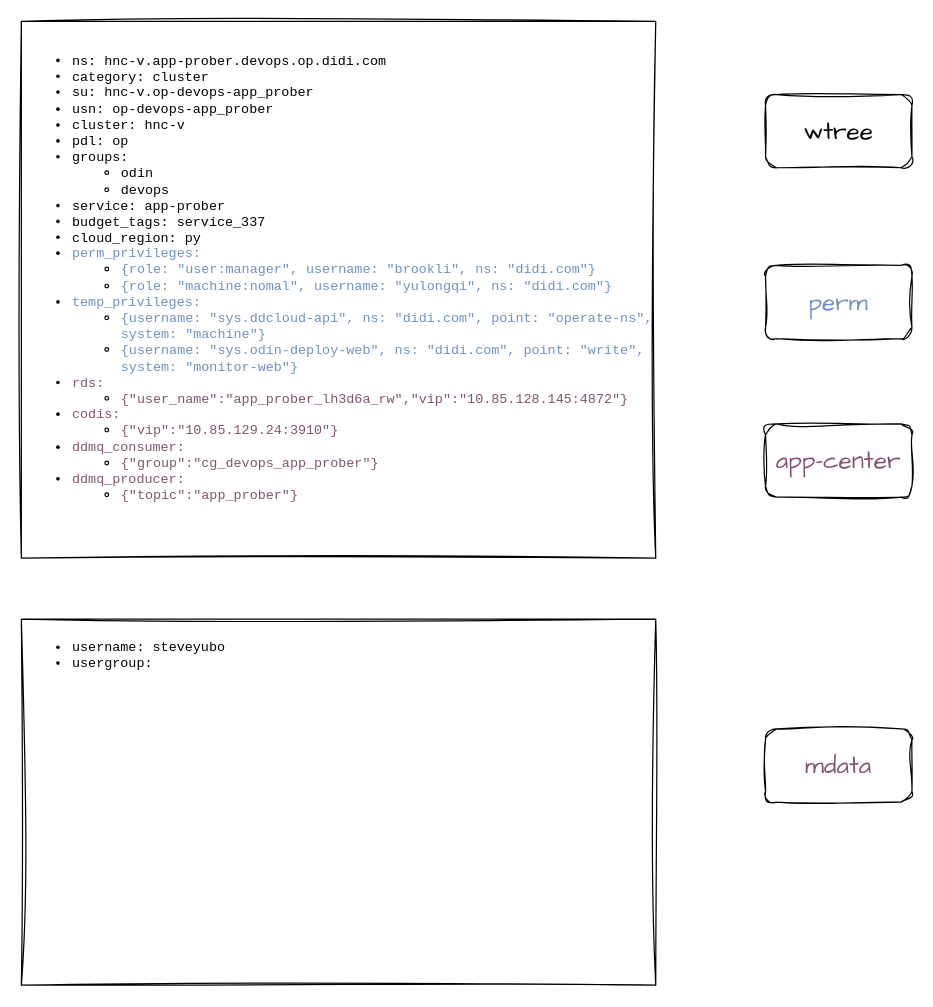
The draw.io diagram page "第 2 页" (2 of 3) of wtree.drawio in yubo/draw, before the edit. Source tidied: cells renumbered, new cells numbered last; positions are measured from the earlier drawing's top-left corner, leaving out a move shared by most shapes. Both pictures are drawn from the tidied source at 122%, with x=0, y=0 at pixel (21, 21).
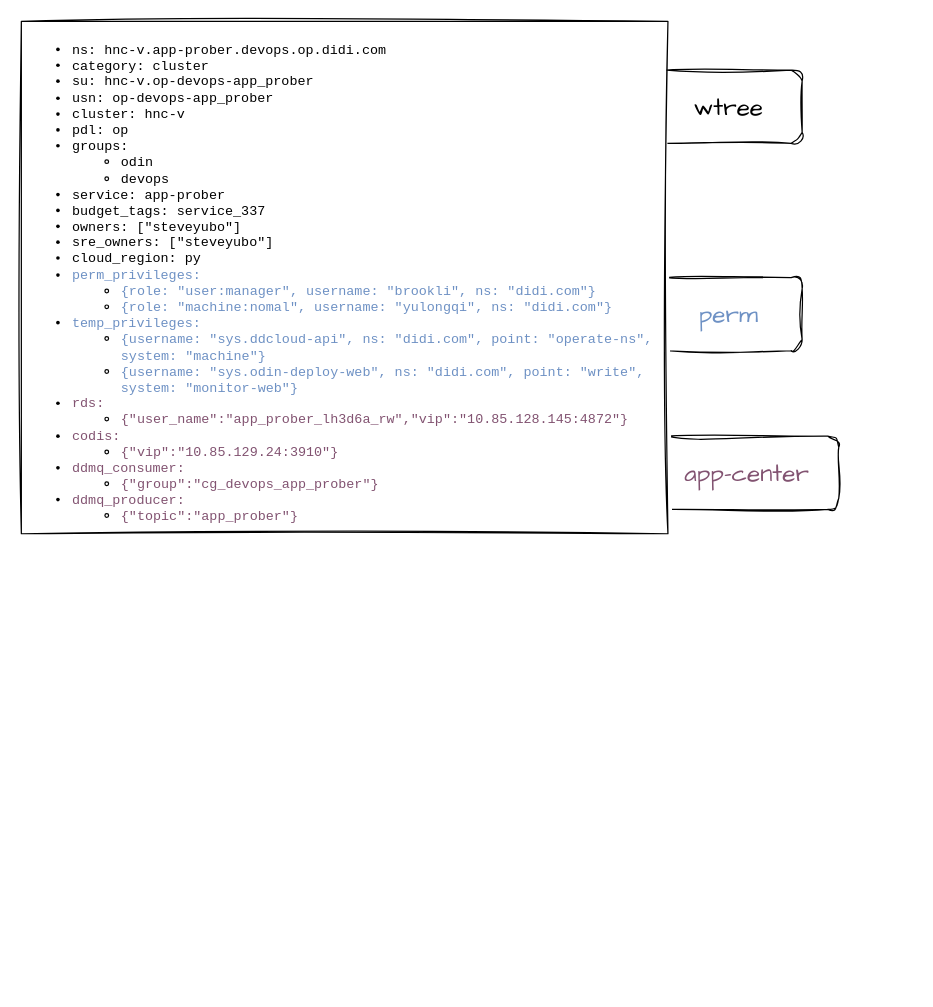
The same diagram, later.

Diff of the diagram source:
```diff
@@
 <mxGraphModel>
   <root>
     <mxCell id="0" />
     <mxCell id="1" parent="0" />
-    <mxCell id="2" value="&lt;p style=&quot;line-height: 100%; font-size: 11px;&quot;&gt;&lt;/p&gt;&lt;font style=&quot;background-color: initial;&quot; face=&quot;Courier New&quot;&gt;&lt;ul style=&quot;&quot;&gt;&lt;li style=&quot;font-size: 11px;&quot;&gt;&lt;font style=&quot;background-color: initial; font-size: 11px;&quot; face=&quot;Courier New&quot;&gt;&lt;font style=&quot;background-color: initial;&quot;&gt;ns:&amp;nbsp;&lt;/font&gt;&lt;/font&gt;&lt;span style=&quot;background-color: initial;&quot;&gt;hnc-v.app-prober.devops.op.didi.com&lt;/span&gt;&lt;/li&gt;&lt;li style=&quot;border-color: var(--border-color); font-size: 11px;&quot;&gt;category: cluster&lt;/li&gt;&lt;li style=&quot;font-size: 11px;&quot;&gt;&lt;font style=&quot;font-size: 11px; background-color: initial;&quot; face=&quot;Courier New&quot;&gt;&lt;font style=&quot;background-color: initial;&quot;&gt;&lt;span style=&quot;background-color: initial;&quot;&gt;su:&amp;nbsp;&lt;/span&gt;&lt;/font&gt;&lt;/font&gt;&lt;span style=&quot;font-size: 11px; background-color: initial;&quot;&gt;hnc-v.op-devops-app_prober&lt;/span&gt;&lt;/li&gt;&lt;li style=&quot;font-size: 11px;&quot;&gt;&lt;font style=&quot;font-size: 11px; background-color: initial;&quot; face=&quot;Courier New&quot;&gt;usn:&amp;nbsp;&lt;/font&gt;&lt;span style=&quot;font-size: 11px; background-color: initial;&quot;&gt;op-devops-app_prober&lt;/span&gt;&lt;/li&gt;&lt;li style=&quot;font-size: 11px;&quot;&gt;&lt;span style=&quot;font-size: 11px; background-color: initial;&quot;&gt;&lt;font face=&quot;Courier New&quot;&gt;cluster:&amp;nbsp;&lt;/font&gt;&lt;/span&gt;&lt;span style=&quot;font-size: 11px; background-color: initial;&quot;&gt;hnc-v&lt;/span&gt;&lt;/li&gt;&lt;li style=&quot;font-size: 11px;&quot;&gt;&lt;span style=&quot;font-size: 11px; font-family: &amp;quot;Courier New&amp;quot;; background-color: initial;&quot;&gt;pdl: op&lt;/span&gt;&lt;/li&gt;&lt;li style=&quot;font-size: 11px;&quot;&gt;&lt;span style=&quot;font-size: 11px; font-family: &amp;quot;Courier New&amp;quot;; background-color: initial;&quot;&gt;groups:&amp;nbsp;&lt;/span&gt;&lt;/li&gt;&lt;ul&gt;&lt;li style=&quot;font-size: 11px;&quot;&gt;&lt;span style=&quot;font-size: 11px; background-color: initial;&quot;&gt;odin&lt;/span&gt;&lt;/li&gt;&lt;li style=&quot;font-size: 11px;&quot;&gt;&lt;span style=&quot;font-size: 11px; background-color: initial;&quot;&gt;devops&lt;/span&gt;&lt;/li&gt;&lt;/ul&gt;&lt;li style=&quot;font-size: 11px;&quot;&gt;&lt;span style=&quot;font-size: 11px; font-family: &amp;quot;Courier New&amp;quot;; background-color: initial;&quot;&gt;service: app-prober&lt;/span&gt;&lt;/li&gt;&lt;li style=&quot;font-size: 11px;&quot;&gt;&lt;font style=&quot;font-size: 11px; background-color: initial;&quot; face=&quot;Courier New&quot;&gt;budget_tags:&amp;nbsp;&lt;/font&gt;&lt;span style=&quot;font-size: 11px; background-color: initial;&quot;&gt;service_337&lt;/span&gt;&lt;/li&gt;&lt;li style=&quot;font-size: 11px;&quot;&gt;&lt;span style=&quot;font-size: 11px; font-family: &amp;quot;Courier New&amp;quot;; background-color: initial;&quot;&gt;cloud_region: py&lt;/span&gt;&lt;/li&gt;&lt;li style=&quot;font-size: 11px;&quot;&gt;&lt;font color=&quot;#6e91c4&quot;&gt;perm_privileges:&lt;/font&gt;&lt;/li&gt;&lt;ul&gt;&lt;li style=&quot;font-size: 11px;&quot;&gt;&lt;font color=&quot;#6e91c4&quot;&gt;{role: &quot;user:manager&quot;, username: &quot;brookli&quot;, ns: &quot;didi.com&quot;}&lt;br&gt;&lt;/font&gt;&lt;/li&gt;&lt;li style=&quot;font-size: 11px;&quot;&gt;&lt;font color=&quot;#6e91c4&quot;&gt;{role: &quot;machine:nomal&quot;, username: &quot;yulongqi&quot;, ns: &quot;didi.com&quot;}&lt;br&gt;&lt;/font&gt;&lt;/li&gt;&lt;/ul&gt;&lt;li style=&quot;font-size: 11px;&quot;&gt;&lt;font color=&quot;#6e91c4&quot;&gt;temp_privileges:&lt;br&gt;&lt;/font&gt;&lt;/li&gt;&lt;ul&gt;&lt;li style=&quot;font-size: 11px;&quot;&gt;&lt;font color=&quot;#6e91c4&quot;&gt;{username: &quot;sys.ddcloud-api&quot;, ns: &quot;didi.com&quot;, point: &quot;operate-ns&quot;, system: &quot;machine&quot;}&lt;br&gt;&lt;/font&gt;&lt;/li&gt;&lt;li style=&quot;font-size: 11px;&quot;&gt;&lt;font color=&quot;#6e91c4&quot;&gt;{username: &quot;sys.odin-deploy-web&quot;, ns: &quot;didi.com&quot;, point: &quot;write&quot;, system: &quot;monitor-web&quot;}&lt;/font&gt;&lt;/li&gt;&lt;/ul&gt;&lt;li style=&quot;font-size: 11px;&quot;&gt;&lt;span style=&quot;font-size: 11px; font-family: &amp;quot;Courier New&amp;quot;; background-color: initial;&quot;&gt;&lt;font color=&quot;#825371&quot;&gt;rds:&lt;/font&gt;&lt;/span&gt;&lt;/li&gt;&lt;ul style=&quot;font-size: 11px;&quot;&gt;&lt;li&gt;&lt;span style=&quot;font-size: 11px; font-family: &amp;quot;Courier New&amp;quot;; background-color: initial;&quot;&gt;&lt;font color=&quot;#825371&quot;&gt;{&quot;user_name&quot;:&quot;app_prober_lh3d6a_rw&quot;,&quot;vip&quot;:&quot;10.85.128.145:4872&quot;}&lt;/font&gt;&lt;/span&gt;&lt;/li&gt;&lt;/ul&gt;&lt;li style=&quot;font-size: 11px;&quot;&gt;&lt;span style=&quot;font-size: 11px; font-family: &amp;quot;Courier New&amp;quot;; background-color: initial;&quot;&gt;&lt;font color=&quot;#825371&quot;&gt;codis:&lt;/font&gt;&lt;/span&gt;&lt;/li&gt;&lt;ul style=&quot;font-size: 11px;&quot;&gt;&lt;li&gt;&lt;span style=&quot;font-size: 11px; font-family: &amp;quot;Courier New&amp;quot;; background-color: initial;&quot;&gt;&lt;font color=&quot;#825371&quot;&gt;{&quot;vip&quot;:&quot;10.85.129.24:3910&quot;}&lt;/font&gt;&lt;/span&gt;&lt;/li&gt;&lt;/ul&gt;&lt;li style=&quot;font-size: 11px;&quot;&gt;&lt;span style=&quot;font-size: 11px; font-family: &amp;quot;Courier New&amp;quot;; background-color: initial;&quot;&gt;&lt;font color=&quot;#825371&quot;&gt;ddmq_consumer:&lt;/font&gt;&lt;/span&gt;&lt;/li&gt;&lt;ul style=&quot;font-size: 11px;&quot;&gt;&lt;li&gt;&lt;span style=&quot;font-size: 11px; font-family: &amp;quot;Courier New&amp;quot;; background-color: initial;&quot;&gt;&lt;font color=&quot;#825371&quot;&gt;{&quot;group&quot;:&quot;cg_devops_app_prober&quot;}&lt;/font&gt;&lt;/span&gt;&lt;/li&gt;&lt;/ul&gt;&lt;li style=&quot;font-size: 11px;&quot;&gt;&lt;span style=&quot;font-size: 11px; font-family: &amp;quot;Courier New&amp;quot;; background-color: initial;&quot;&gt;&lt;font color=&quot;#825371&quot;&gt;ddmq_producer:&lt;/font&gt;&lt;/span&gt;&lt;/li&gt;&lt;ul style=&quot;font-size: 11px;&quot;&gt;&lt;li&gt;&lt;span style=&quot;font-size: 11px; font-family: &amp;quot;Courier New&amp;quot;; background-color: initial;&quot;&gt;&lt;font color=&quot;#825371&quot;&gt;{&quot;topic&quot;:&quot;app_prober&quot;}&lt;/font&gt;&lt;/span&gt;&lt;/li&gt;&lt;/ul&gt;&lt;/ul&gt;&lt;/font&gt;&lt;font face=&quot;Courier New&quot;&gt;&lt;span style=&quot;font-size: 11px;&quot;&gt;&lt;br&gt;&lt;/span&gt;&lt;/font&gt;&lt;p style=&quot;font-size: 11px;&quot;&gt;&lt;/p&gt;&lt;p style=&quot;line-height: 100%; font-size: 11px;&quot;&gt;&lt;font face=&quot;Helvetica&quot; style=&quot;font-size: 11px;&quot;&gt;&lt;br&gt;&lt;/font&gt;&lt;/p&gt;" style="whiteSpace=wrap;html=1;sketch=1;hachureGap=4;jiggle=2;curveFitting=1;fontFamily=Architects Daughter;fontSize=20;align=left;verticalAlign=top;" parent="1" vertex="1">
-      <mxGeometry width="520" height="440" as="geometry" />
-    </mxCell>
-    <mxCell id="3" value="&lt;p style=&quot;line-height: 100%; font-size: 11px;&quot;&gt;&lt;/p&gt;&lt;font style=&quot;background-color: initial; font-size: 11px;&quot; face=&quot;Courier New&quot;&gt;&lt;ul style=&quot;&quot;&gt;&lt;li&gt;&lt;font style=&quot;background-color: initial; font-size: 11px;&quot; face=&quot;Courier New&quot;&gt;&lt;font style=&quot;background-color: initial;&quot;&gt;username:&amp;nbsp;&lt;/font&gt;&lt;/font&gt;&lt;span style=&quot;background-color: initial;&quot;&gt;steveyubo&lt;/span&gt;&lt;/li&gt;&lt;li&gt;&lt;font style=&quot;font-size: 11px; background-color: initial;&quot; face=&quot;Courier New&quot;&gt;&lt;font style=&quot;background-color: initial;&quot;&gt;&lt;span style=&quot;background-color: initial;&quot;&gt;usergroup:&amp;nbsp;&lt;/span&gt;&lt;/font&gt;&lt;/font&gt;&lt;/li&gt;&lt;/ul&gt;&lt;/font&gt;&lt;font face=&quot;Courier New&quot;&gt;&lt;span style=&quot;font-size: 11px;&quot;&gt;&lt;br&gt;&lt;/span&gt;&lt;/font&gt;&lt;p style=&quot;font-size: 11px;&quot;&gt;&lt;/p&gt;&lt;p style=&quot;line-height: 100%; font-size: 11px;&quot;&gt;&lt;font face=&quot;Helvetica&quot; style=&quot;font-size: 11px;&quot;&gt;&lt;br&gt;&lt;/font&gt;&lt;/p&gt;" style="whiteSpace=wrap;html=1;sketch=1;hachureGap=4;jiggle=2;curveFitting=1;fontFamily=Architects Daughter;fontSize=20;align=left;verticalAlign=top;" parent="1" vertex="1">
-      <mxGeometry y="490" width="520" height="300" as="geometry" />
-    </mxCell>
-    <mxCell id="4" value="&lt;font face=&quot;Comic Sans MS&quot;&gt;wtree&lt;/font&gt;" style="rounded=1;whiteSpace=wrap;html=1;sketch=1;hachureGap=4;jiggle=2;curveFitting=1;fontFamily=Architects Daughter;fontSize=20;" parent="1" vertex="1">
-      <mxGeometry x="610" y="60" width="120" height="60" as="geometry" />
+    <mxCell id="4" value="&lt;font face=&quot;Comic Sans MS&quot;&gt;wtree&lt;/font&gt;" style="rounded=1;whiteSpace=wrap;html=1;sketch=1;hachureGap=4;jiggle=2;curveFitting=1;fontFamily=Architects Daughter;fontSize=20;align=center;" parent="1" vertex="1">
+      <mxGeometry x="520" y="40" width="120" height="60" as="geometry" />
     </mxCell>
-    <mxCell id="5" value="&lt;font color=&quot;#6e91c4&quot; face=&quot;Comic Sans MS&quot;&gt;perm&lt;/font&gt;" style="rounded=1;whiteSpace=wrap;html=1;sketch=1;hachureGap=4;jiggle=2;curveFitting=1;fontFamily=Architects Daughter;fontSize=20;" parent="1" vertex="1">
-      <mxGeometry x="610" y="200" width="120" height="60" as="geometry" />
+    <mxCell id="5" value="&lt;font color=&quot;#6e91c4&quot; face=&quot;Comic Sans MS&quot;&gt;perm&lt;/font&gt;" style="rounded=1;whiteSpace=wrap;html=1;sketch=1;hachureGap=4;jiggle=2;curveFitting=1;fontFamily=Architects Daughter;fontSize=20;align=center;" parent="1" vertex="1">
+      <mxGeometry x="520" y="210" width="120" height="60" as="geometry" />
     </mxCell>
-    <mxCell id="6" value="&lt;font color=&quot;#825371&quot; face=&quot;Comic Sans MS&quot;&gt;app-center&lt;/font&gt;" style="rounded=1;whiteSpace=wrap;html=1;sketch=1;hachureGap=4;jiggle=2;curveFitting=1;fontFamily=Architects Daughter;fontSize=20;" parent="1" vertex="1">
-      <mxGeometry x="610" y="330" width="120" height="60" as="geometry" />
+    <mxCell id="6" value="&lt;font color=&quot;#825371&quot; face=&quot;Comic Sans MS&quot;&gt;app-center&lt;/font&gt;" style="rounded=1;whiteSpace=wrap;html=1;sketch=1;hachureGap=4;jiggle=2;curveFitting=1;fontFamily=Architects Daughter;fontSize=20;align=center;" parent="1" vertex="1">
+      <mxGeometry x="520" y="340" width="150" height="60" as="geometry" />
     </mxCell>
-    <mxCell id="7" value="&lt;font color=&quot;#825371&quot; face=&quot;Comic Sans MS&quot;&gt;mdata&lt;/font&gt;" style="rounded=1;whiteSpace=wrap;html=1;sketch=1;hachureGap=4;jiggle=2;curveFitting=1;fontFamily=Architects Daughter;fontSize=20;" parent="1" vertex="1">
-      <mxGeometry x="610" y="580" width="120" height="60" as="geometry" />
-    </mxCell>
+    <mxCell id="2" value="&lt;p style=&quot;line-height: 100%; font-size: 11px;&quot;&gt;&lt;/p&gt;&lt;font style=&quot;font-size: 11px;&quot;&gt;&lt;font style=&quot;background-color: initial; font-size: 11px;&quot; face=&quot;Courier New&quot;&gt;&lt;ul style=&quot;&quot;&gt;&lt;li style=&quot;&quot;&gt;&lt;font style=&quot;background-color: initial; font-size: 11px;&quot; face=&quot;Courier New&quot;&gt;&lt;font style=&quot;background-color: initial; font-size: 11px;&quot;&gt;ns:&amp;nbsp;&lt;/font&gt;&lt;/font&gt;&lt;span style=&quot;background-color: initial;&quot;&gt;hnc-v.app-prober.devops.op.didi.com&lt;/span&gt;&lt;/li&gt;&lt;li style=&quot;border-color: var(--border-color);&quot;&gt;category: cluster&lt;/li&gt;&lt;li style=&quot;&quot;&gt;&lt;font style=&quot;background-color: initial; font-size: 11px;&quot; face=&quot;Courier New&quot;&gt;&lt;font style=&quot;background-color: initial; font-size: 11px;&quot;&gt;&lt;span style=&quot;background-color: initial;&quot;&gt;su:&amp;nbsp;&lt;/span&gt;&lt;/font&gt;&lt;/font&gt;&lt;span style=&quot;background-color: initial;&quot;&gt;hnc-v.op-devops-app_prober&lt;/span&gt;&lt;/li&gt;&lt;li style=&quot;&quot;&gt;&lt;font style=&quot;background-color: initial; font-size: 11px;&quot; face=&quot;Courier New&quot;&gt;usn:&amp;nbsp;&lt;/font&gt;&lt;span style=&quot;background-color: initial;&quot;&gt;op-devops-app_prober&lt;/span&gt;&lt;/li&gt;&lt;li style=&quot;&quot;&gt;&lt;span style=&quot;background-color: initial;&quot;&gt;&lt;font style=&quot;font-size: 11px;&quot; face=&quot;Courier New&quot;&gt;cluster:&amp;nbsp;&lt;/font&gt;&lt;/span&gt;&lt;span style=&quot;background-color: initial;&quot;&gt;hnc-v&lt;/span&gt;&lt;/li&gt;&lt;li style=&quot;&quot;&gt;&lt;span style=&quot;font-family: &amp;quot;Courier New&amp;quot;; background-color: initial;&quot;&gt;pdl: op&lt;/span&gt;&lt;/li&gt;&lt;li style=&quot;&quot;&gt;&lt;span style=&quot;font-family: &amp;quot;Courier New&amp;quot;; background-color: initial;&quot;&gt;groups:&amp;nbsp;&lt;/span&gt;&lt;/li&gt;&lt;ul style=&quot;&quot;&gt;&lt;li style=&quot;&quot;&gt;&lt;span style=&quot;background-color: initial;&quot;&gt;odin&lt;/span&gt;&lt;/li&gt;&lt;li style=&quot;&quot;&gt;&lt;span style=&quot;background-color: initial;&quot;&gt;devops&lt;/span&gt;&lt;/li&gt;&lt;/ul&gt;&lt;li style=&quot;&quot;&gt;&lt;span style=&quot;font-family: &amp;quot;Courier New&amp;quot;; background-color: initial;&quot;&gt;service: app-prober&lt;/span&gt;&lt;/li&gt;&lt;li style=&quot;&quot;&gt;&lt;font style=&quot;background-color: initial; font-size: 11px;&quot; face=&quot;Courier New&quot;&gt;budget_tags:&amp;nbsp;&lt;/font&gt;&lt;span style=&quot;background-color: initial;&quot;&gt;service_337&lt;/span&gt;&lt;/li&gt;&lt;li style=&quot;&quot;&gt;&lt;span style=&quot;background-color: initial;&quot;&gt;owners: [&quot;steveyubo&quot;]&lt;br&gt;&lt;/span&gt;&lt;/li&gt;&lt;li style=&quot;&quot;&gt;&lt;span style=&quot;background-color: initial;&quot;&gt;sre_owners: [&quot;steveyubo&quot;]&lt;br&gt;&lt;/span&gt;&lt;/li&gt;&lt;li style=&quot;&quot;&gt;&lt;span style=&quot;font-family: &amp;quot;Courier New&amp;quot;; background-color: initial;&quot;&gt;cloud_region: py&lt;/span&gt;&lt;/li&gt;&lt;li style=&quot;&quot;&gt;&lt;font style=&quot;font-size: 11px;&quot; color=&quot;#6e91c4&quot;&gt;perm_privileges:&lt;/font&gt;&lt;/li&gt;&lt;ul style=&quot;&quot;&gt;&lt;li style=&quot;&quot;&gt;&lt;font style=&quot;font-size: 11px;&quot; color=&quot;#6e91c4&quot;&gt;{role: &quot;user:manager&quot;, username: &quot;brookli&quot;, ns: &quot;didi.com&quot;}&lt;br&gt;&lt;/font&gt;&lt;/li&gt;&lt;li style=&quot;&quot;&gt;&lt;font style=&quot;font-size: 11px;&quot; color=&quot;#6e91c4&quot;&gt;{role: &quot;machine:nomal&quot;, username: &quot;yulongqi&quot;, ns: &quot;didi.com&quot;}&lt;br&gt;&lt;/font&gt;&lt;/li&gt;&lt;/ul&gt;&lt;li style=&quot;&quot;&gt;&lt;font style=&quot;font-size: 11px;&quot; color=&quot;#6e91c4&quot;&gt;temp_privileges:&lt;br&gt;&lt;/font&gt;&lt;/li&gt;&lt;ul style=&quot;&quot;&gt;&lt;li style=&quot;&quot;&gt;&lt;font style=&quot;font-size: 11px;&quot; color=&quot;#6e91c4&quot;&gt;{username: &quot;sys.ddcloud-api&quot;, ns: &quot;didi.com&quot;, point: &quot;operate-ns&quot;, system: &quot;machine&quot;}&lt;br&gt;&lt;/font&gt;&lt;/li&gt;&lt;li style=&quot;&quot;&gt;&lt;font style=&quot;font-size: 11px;&quot; color=&quot;#6e91c4&quot;&gt;{username: &quot;sys.odin-deploy-web&quot;, ns: &quot;didi.com&quot;, point: &quot;write&quot;, system: &quot;monitor-web&quot;}&lt;/font&gt;&lt;/li&gt;&lt;/ul&gt;&lt;li style=&quot;&quot;&gt;&lt;span style=&quot;font-family: &amp;quot;Courier New&amp;quot;; background-color: initial;&quot;&gt;&lt;font style=&quot;font-size: 11px;&quot; color=&quot;#825371&quot;&gt;rds:&lt;/font&gt;&lt;/span&gt;&lt;/li&gt;&lt;ul style=&quot;&quot;&gt;&lt;li&gt;&lt;span style=&quot;font-family: &amp;quot;Courier New&amp;quot;; background-color: initial;&quot;&gt;&lt;font style=&quot;font-size: 11px;&quot; color=&quot;#825371&quot;&gt;{&quot;user_name&quot;:&quot;app_prober_lh3d6a_rw&quot;,&quot;vip&quot;:&quot;10.85.128.145:4872&quot;}&lt;/font&gt;&lt;/span&gt;&lt;/li&gt;&lt;/ul&gt;&lt;li style=&quot;&quot;&gt;&lt;span style=&quot;font-family: &amp;quot;Courier New&amp;quot;; background-color: initial;&quot;&gt;&lt;font style=&quot;font-size: 11px;&quot; color=&quot;#825371&quot;&gt;codis:&lt;/font&gt;&lt;/span&gt;&lt;/li&gt;&lt;ul style=&quot;&quot;&gt;&lt;li&gt;&lt;span style=&quot;font-family: &amp;quot;Courier New&amp;quot;; background-color: initial;&quot;&gt;&lt;font style=&quot;font-size: 11px;&quot; color=&quot;#825371&quot;&gt;{&quot;vip&quot;:&quot;10.85.129.24:3910&quot;}&lt;/font&gt;&lt;/span&gt;&lt;/li&gt;&lt;/ul&gt;&lt;li style=&quot;&quot;&gt;&lt;span style=&quot;font-family: &amp;quot;Courier New&amp;quot;; background-color: initial;&quot;&gt;&lt;font style=&quot;font-size: 11px;&quot; color=&quot;#825371&quot;&gt;ddmq_consumer:&lt;/font&gt;&lt;/span&gt;&lt;/li&gt;&lt;ul style=&quot;&quot;&gt;&lt;li&gt;&lt;span style=&quot;font-family: &amp;quot;Courier New&amp;quot;; background-color: initial;&quot;&gt;&lt;font style=&quot;font-size: 11px;&quot; color=&quot;#825371&quot;&gt;{&quot;group&quot;:&quot;cg_devops_app_prober&quot;}&lt;/font&gt;&lt;/span&gt;&lt;/li&gt;&lt;/ul&gt;&lt;li style=&quot;&quot;&gt;&lt;span style=&quot;font-family: &amp;quot;Courier New&amp;quot;; background-color: initial;&quot;&gt;&lt;font style=&quot;font-size: 11px;&quot; color=&quot;#825371&quot;&gt;ddmq_producer:&lt;/font&gt;&lt;/span&gt;&lt;/li&gt;&lt;ul style=&quot;&quot;&gt;&lt;li&gt;&lt;span style=&quot;font-family: &amp;quot;Courier New&amp;quot;; background-color: initial;&quot;&gt;&lt;font style=&quot;font-size: 11px;&quot; color=&quot;#825371&quot;&gt;{&quot;topic&quot;:&quot;app_prober&quot;}&lt;/font&gt;&lt;/span&gt;&lt;/li&gt;&lt;/ul&gt;&lt;/ul&gt;&lt;/font&gt;&lt;font style=&quot;font-size: 11px;&quot; face=&quot;Courier New&quot;&gt;&lt;br&gt;&lt;/font&gt;&lt;/font&gt;&lt;p style=&quot;font-size: 11px;&quot;&gt;&lt;/p&gt;&lt;p style=&quot;line-height: 100%; font-size: 11px;&quot;&gt;&lt;font face=&quot;Helvetica&quot; style=&quot;font-size: 11px;&quot;&gt;&lt;br&gt;&lt;/font&gt;&lt;/p&gt;" style="whiteSpace=wrap;html=1;sketch=1;hachureGap=4;jiggle=2;curveFitting=1;fontFamily=Architects Daughter;fontSize=20;align=left;verticalAlign=top;" parent="1" vertex="1">
+      <mxGeometry width="530" height="420" as="geometry" />
+    </mxCell>
   </root>
 </mxGraphModel>
```
